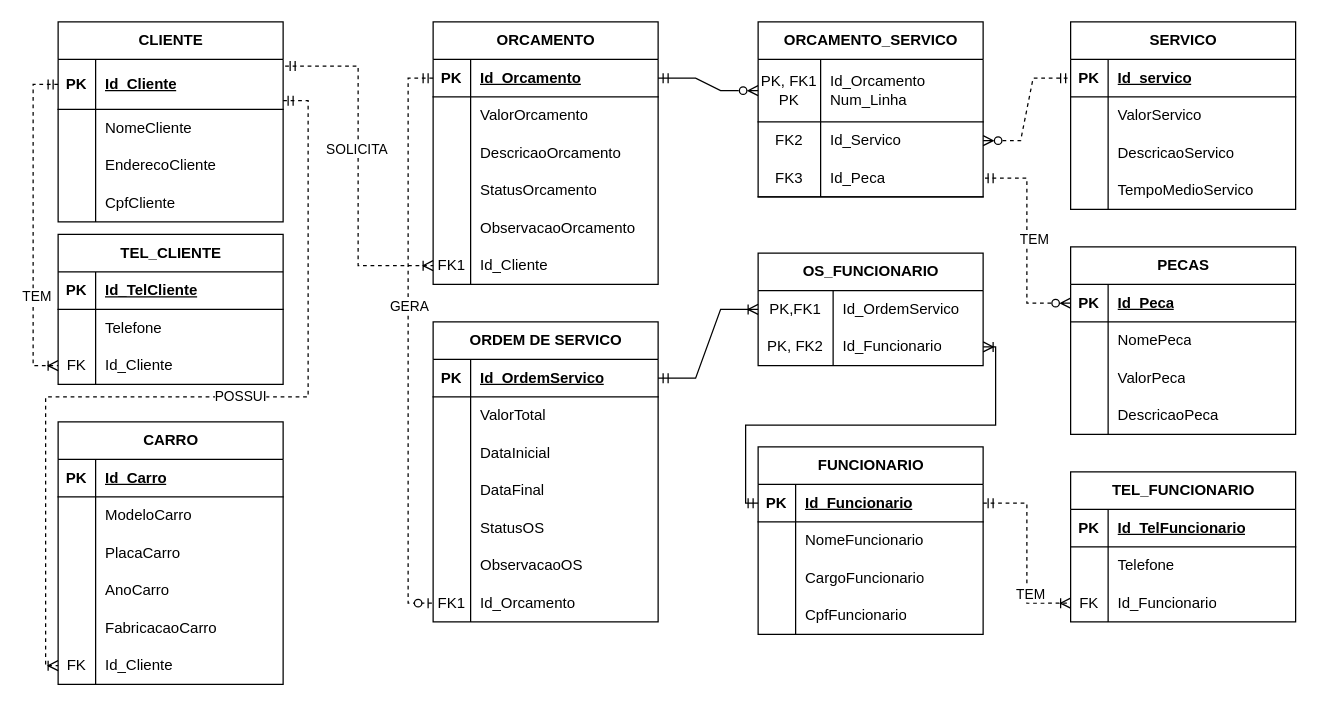
Above: Conceitual_AMCamillo.drawio in VyttorRamos/BDDIFSPCJO (draw.io), before the change. Source tidied: cells renumbered, new cells numbered last; positions are measured from the earlier drawing's top-left corner, leaving out a move shared by most shapes. Both pictures are drawn from the tidied source at 125%, with x=0, y=0 at pixel (32, 21).
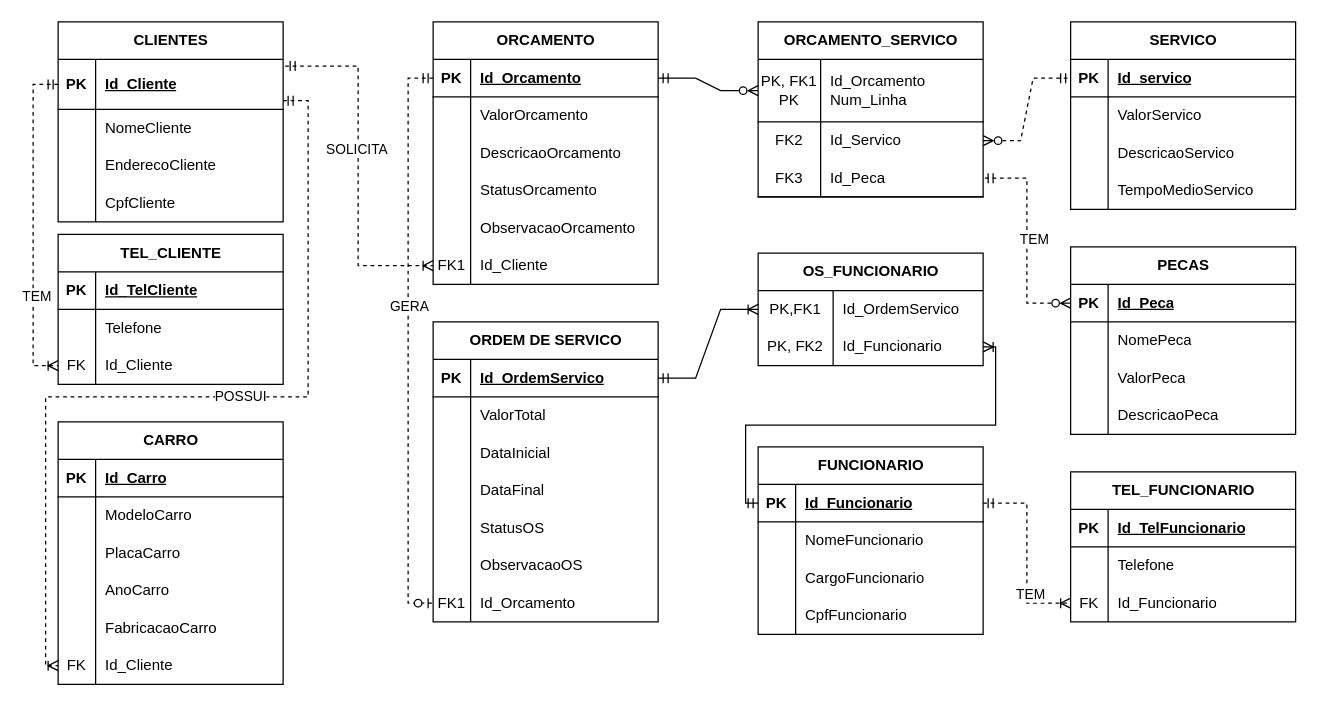
Above is the later version.

The edit, as a diff of the source:
```diff
@@
-    <mxCell id="2" value="CLIENTE" style="shape=table;startSize=30;childLayout=tableLayout;rowLines=0;fontStyle=1;align=center;html=1;" parent="1" vertex="1">
+    <mxCell id="2" value="CLIENTES" style="shape=table;startSize=30;childLayout=tableLayout;rowLines=0;fontStyle=1;align=center;html=1;" parent="1" vertex="1">
       <mxGeometry x="20" width="180" height="160" as="geometry" />
     </mxCell>
```
